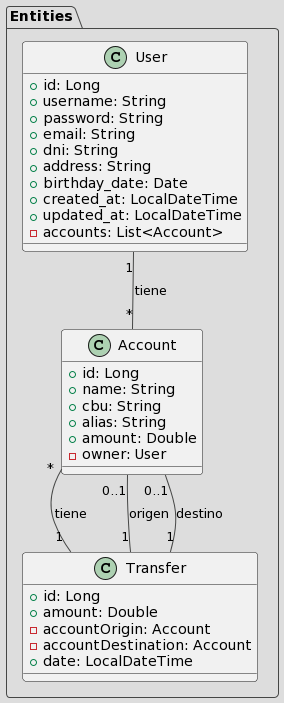
Before: diagrama_de_clases.png, a diagram exported from PlantUML (Marcos-Castillo/tp-grupo-14).
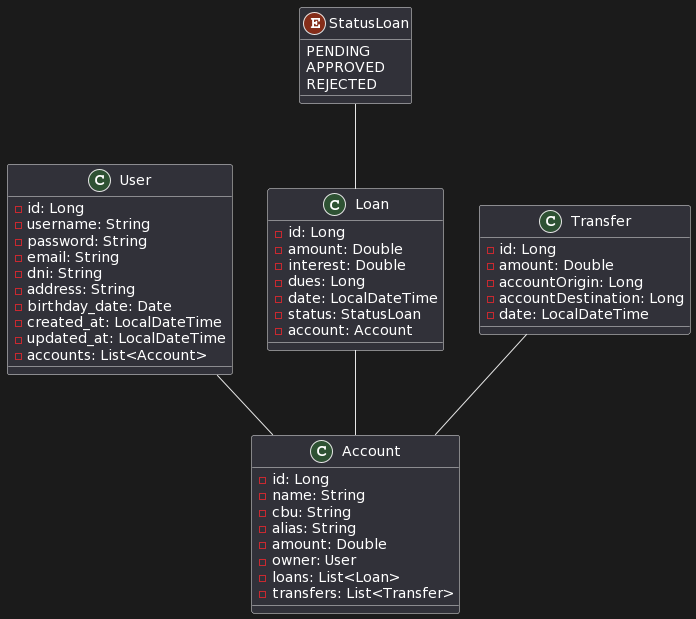
After the change.

Change to the diagram source:
```diff
@@ -1,41 +1,54 @@
 @startuml
-!theme toy
-!define ENTITY class
-
-package "Entities" {
-    ENTITY User {
-        +id: Long
-        +username: String
-        +password: String
-        +email: String
-        +dni: String
-        +address: String
-        +birthday_date: Date
-        +created_at: LocalDateTime
-        +updated_at: LocalDateTime
-        -accounts: List<Account>
-    }
-
-    ENTITY Account {
-        +id: Long
-        +name: String
-        +cbu: String
-        +alias: String
-        +amount: Double
-        -owner: User
-    }
-
-    ENTITY Transfer {
-        +id: Long
-        +amount: Double
-        -accountOrigin: Account
-        -accountDestination: Account
-        +date: LocalDateTime
-    }
+class User {
+  - id: Long
+  - username: String
+  - password: String
+  - email: String
+  - dni: String
+  - address: String
+  - birthday_date: Date
+  - created_at: LocalDateTime
+  - updated_at: LocalDateTime
+  - accounts: List<Account>
 }
 
-User "1" -- "*" Account: tiene
-Account "*" -- "1" Transfer: tiene
-Transfer "1" -- "0..1" Account: origen
-Transfer "1" -- "0..1" Account: destino
+class Account {
+  - id: Long
+  - name: String
+  - cbu: String
+  - alias: String
+  - amount: Double
+  - owner: User
+  - loans: List<Loan>
+  - transfers: List<Transfer>
+}
+
+class Loan {
+  - id: Long
+  - amount: Double
+  - interest: Double
+  - dues: Long
+  - date: LocalDateTime
+  - status: StatusLoan
+  - account: Account
+}
+
+class Transfer {
+  - id: Long
+  - amount: Double
+  - accountOrigin: Long
+  - accountDestination: Long
+  - date: LocalDateTime
+}
+
+enum StatusLoan {
+  PENDING
+  APPROVED
+  REJECTED
+}
+
+User -- Account
+Loan -- Account
+StatusLoan  --  Loan
+Transfer -- Account
 @enduml
```
